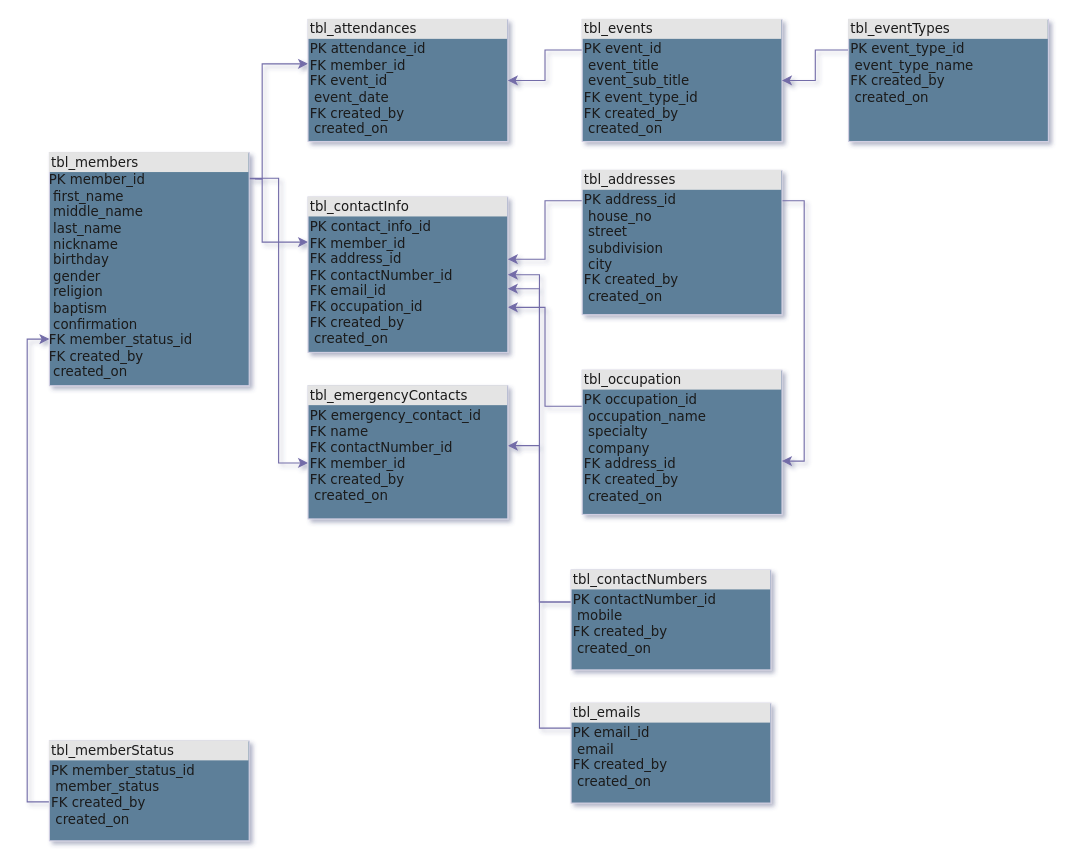
Earlier version of the draw.io diagram BLD-App ERD.drawio (jbas1003/bld-app). Source tidied: cells renumbered, new cells numbered last; positions are measured from the earlier drawing's top-left corner, leaving out a move shared by most shapes. Both pictures are drawn from the tidied source at 111%, with x=0, y=0 at pixel (49, 19).
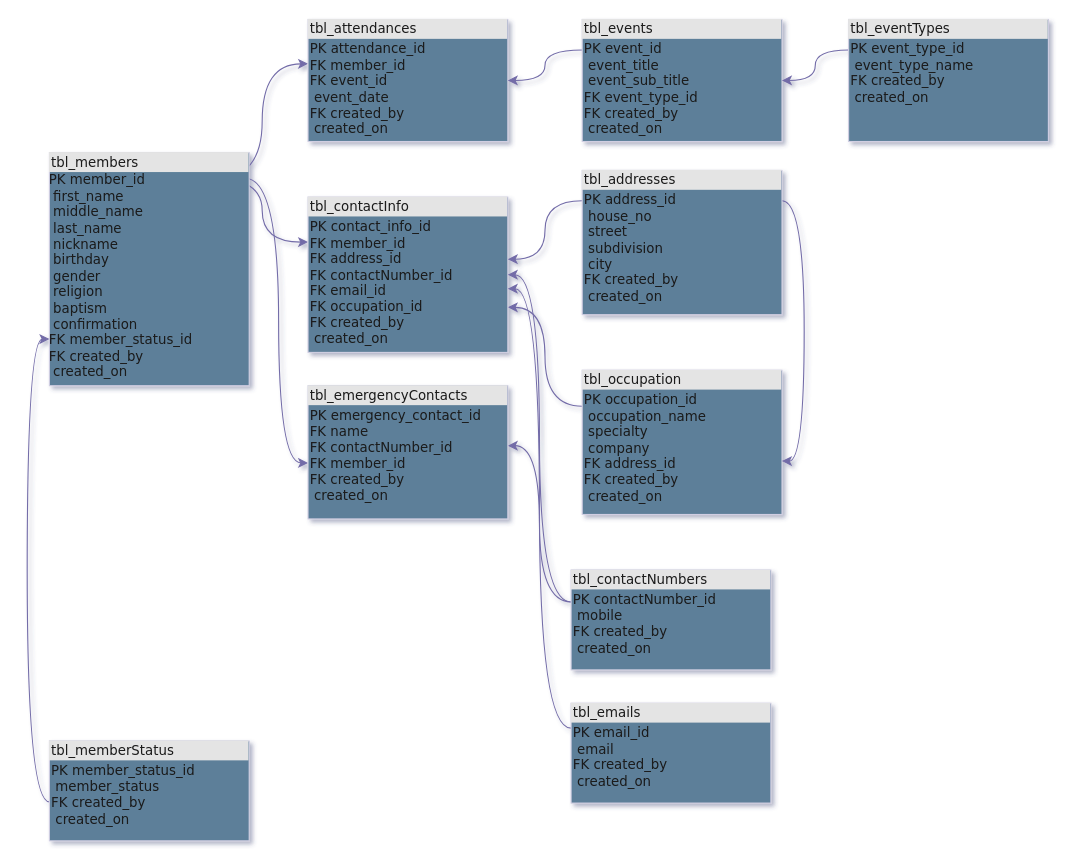
The same diagram, later.

Unchanged cells that the change refers to:
```xml
<mxCell id="5" value="&lt;div style=&quot;box-sizing:border-box;width:100%;background:#e4e4e4;padding:2px;&quot;&gt;tbl_members&lt;/div&gt;PK&lt;span style=&quot;white-space: pre;&quot;&gt; &lt;/span&gt;member_id&lt;br&gt;&lt;span style=&quot;white-space: pre;&quot;&gt; &lt;/span&gt;first_name&lt;br&gt;&lt;span style=&quot;white-space: pre;&quot;&gt; &lt;/span&gt;middle_name&lt;br&gt;&lt;span style=&quot;white-space: pre;&quot;&gt; &lt;/span&gt;last_name&lt;br&gt;&lt;span style=&quot;white-space: pre;&quot;&gt; &lt;/span&gt;nickname&lt;br&gt;&lt;span style=&quot;white-space: pre;&quot;&gt; &lt;/span&gt;birthday&lt;br&gt;&lt;span style=&quot;white-space: pre;&quot;&gt; &lt;/span&gt;gender&lt;br&gt;&lt;span style=&quot;white-space: pre;&quot;&gt; &lt;/span&gt;religion&lt;br&gt;&lt;span style=&quot;white-space: pre;&quot;&gt; &lt;/span&gt;baptism&lt;br&gt;&lt;span style=&quot;white-space: pre;&quot;&gt; &lt;/span&gt;confirmation&lt;br&gt;FK&lt;span style=&quot;white-space: pre;&quot;&gt; &lt;/span&gt;member_status_id&lt;br&gt;&lt;span style=&quot;white-space: pre;&quot;&gt;FK&lt;span style=&quot;white-space: pre;&quot;&gt; &lt;/span&gt;created_by&lt;br&gt;&lt;span style=&quot;white-space: pre;&quot;&gt; &lt;/span&gt;created_on &lt;/span&gt;" style="verticalAlign=top;align=left;overflow=fill;html=1;rounded=0;shadow=0;comic=0;labelBackgroundColor=none;strokeWidth=1;fontFamily=Verdana;fontSize=12;points=[[0,0,0,0,0],[0,0.11,0,0,0],[0,0.8,0,0,0],[0,0.88,0,0,0],[0,1,0,0,0],[0.25,0,0,0,0],[0.25,1,0,0,0],[0.5,0,0,0,0],[0.5,1,0,0,0],[0.75,0,0,0,0],[0.75,1,0,0,0],[0.98,0.11,0,0,0],[1,0,0,0,0],[1,0.8,0,0,0],[1,0.88,0,0,0],[1,1,0,0,0]];fillColor=#5D7F99;strokeColor=#D0CEE2;fontColor=#1A1A1A;" parent="1" vertex="1">
  <mxGeometry y="120" width="180" height="210" as="geometry" />
</mxCell>
<mxCell id="7" value="&lt;div style=&quot;box-sizing: border-box ; width: 100% ; background: #e4e4e4 ; padding: 2px&quot;&gt;tbl_occupation&lt;/div&gt;&lt;table style=&quot;width: 100% ; font-size: 1em&quot; cellpadding=&quot;2&quot; cellspacing=&quot;0&quot;&gt;&lt;tbody&gt;&lt;tr&gt;&lt;td&gt;PK&lt;span style=&quot;white-space: pre;&quot;&gt; &lt;/span&gt;occupation_id&lt;br&gt;&lt;span style=&quot;white-space: pre;&quot;&gt; &lt;/span&gt;occupation_name&lt;br&gt;&lt;span style=&quot;white-space: pre;&quot;&gt; &lt;/span&gt;specialty&lt;br&gt;&lt;span style=&quot;white-space: pre;&quot;&gt; &lt;/span&gt;company&lt;br&gt;FK&lt;span style=&quot;white-space: pre;&quot;&gt; &lt;/span&gt;address_id&lt;br&gt;FK&lt;span style=&quot;white-space: pre;&quot;&gt; &lt;/span&gt;created_by&lt;br&gt;&lt;span style=&quot;white-space: pre;&quot;&gt; &lt;/span&gt;created_on&lt;br&gt;&lt;/td&gt;&lt;td&gt;&lt;/td&gt;&lt;/tr&gt;&lt;/tbody&gt;&lt;/table&gt;" style="verticalAlign=top;align=left;overflow=fill;html=1;rounded=0;shadow=0;comic=0;labelBackgroundColor=none;strokeWidth=1;fontFamily=Verdana;fontSize=12;fillColor=#5D7F99;strokeColor=#D0CEE2;fontColor=#1A1A1A;" parent="1" vertex="1">
  <mxGeometry x="480" y="316" width="180" height="130" as="geometry" />
</mxCell>
<mxCell id="9" value="&lt;div style=&quot;box-sizing:border-box;width:100%;background:#e4e4e4;padding:2px;&quot;&gt;tbl_memberStatus&lt;/div&gt;&lt;table style=&quot;width:100%;font-size:1em;&quot; cellpadding=&quot;2&quot; cellspacing=&quot;0&quot;&gt;&lt;tbody&gt;&lt;tr&gt;&lt;td&gt;PK&lt;span style=&quot;white-space: pre;&quot;&gt; &lt;/span&gt;member_status_id&lt;br&gt;&lt;span style=&quot;white-space: pre;&quot;&gt; &lt;/span&gt;member_status&lt;br&gt;FK&lt;span style=&quot;white-space: pre;&quot;&gt; &lt;/span&gt;created_by&lt;br&gt;&lt;span style=&quot;white-space: pre;&quot;&gt; &lt;/span&gt;created_on&lt;br&gt;&lt;/td&gt;&lt;td&gt;&lt;/td&gt;&lt;/tr&gt;&lt;/tbody&gt;&lt;/table&gt;" style="verticalAlign=top;align=left;overflow=fill;html=1;rounded=0;shadow=0;comic=0;labelBackgroundColor=none;strokeWidth=1;fontFamily=Verdana;fontSize=12;points=[[0,0,0,0,0],[0,0.28,0,0,0],[0,0.61,0,0,0],[0,0.75,0,0,0],[0,1,0,0,0],[0.25,0,0,0,0],[0.25,1,0,0,0],[0.5,0,0,0,0],[0.5,1,0,0,0],[0.75,0,0,0,0],[0.75,1,0,0,0],[1,0,0,0,0],[1,0.25,0,0,0],[1,0.61,0,0,0],[1,0.75,0,0,0],[1,1,0,0,0]];fillColor=#5D7F99;strokeColor=#D0CEE2;fontColor=#1A1A1A;" parent="1" vertex="1">
  <mxGeometry y="650" width="180" height="90" as="geometry" />
</mxCell>
<mxCell id="10" value="&lt;div style=&quot;box-sizing: border-box ; width: 100% ; background: #e4e4e4 ; padding: 2px&quot;&gt;tbl_contactInfo&lt;/div&gt;&lt;table style=&quot;width: 100% ; font-size: 1em&quot; cellpadding=&quot;2&quot; cellspacing=&quot;0&quot;&gt;&lt;tbody&gt;&lt;tr&gt;&lt;td&gt;PK&lt;span style=&quot;white-space: pre;&quot;&gt; &lt;/span&gt;contact_info_id&lt;br&gt;FK&lt;span style=&quot;white-space: pre;&quot;&gt; &lt;/span&gt;member_id&lt;br&gt;FK&lt;span style=&quot;white-space: pre;&quot;&gt; &lt;/span&gt;address_id&lt;br&gt;FK&lt;span style=&quot;white-space: pre;&quot;&gt; &lt;/span&gt;contactNumber_id&lt;br&gt;FK&lt;span style=&quot;white-space: pre;&quot;&gt; &lt;/span&gt;email_id&lt;br&gt;FK&lt;span style=&quot;white-space: pre;&quot;&gt; &lt;/span&gt;occupation_id&lt;br&gt;FK&lt;span style=&quot;white-space: pre;&quot;&gt; &lt;/span&gt;created_by&lt;br&gt;&lt;span style=&quot;white-space: pre;&quot;&gt; &lt;/span&gt;created_on&lt;br&gt;&lt;/td&gt;&lt;td&gt;&lt;/td&gt;&lt;/tr&gt;&lt;/tbody&gt;&lt;/table&gt;" style="verticalAlign=top;align=left;overflow=fill;html=1;rounded=0;shadow=0;comic=0;labelBackgroundColor=none;strokeWidth=1;fontFamily=Verdana;fontSize=12;points=[[0,0,0,0,0],[0,0.2,0,0,0],[0,0.29,0,0,0],[0,0.4,0,0,0],[0,0.5,0,0,0],[0,0.59,0,0,0],[0,0.71,0,0,0],[0,0.82,0,0,0],[0,1,0,0,0],[0.25,0,0,0,0],[0.25,1,0,0,0],[0.5,0,0,0,0],[0.5,1,0,0,0],[0.75,0,0,0,0],[0.75,1,0,0,0],[1,0,0,0,0],[1,0.2,0,0,0],[1,0.29,0,0,0],[1,0.4,0,0,0],[1,0.5,0,0,0],[1,0.59,0,0,0],[1,0.71,0,0,0],[1,0.82,0,0,0],[1,1,0,0,0]];fillColor=#5D7F99;strokeColor=#D0CEE2;fontColor=#1A1A1A;" parent="1" vertex="1">
  <mxGeometry x="233" y="160" width="180" height="140" as="geometry" />
</mxCell>
<mxCell id="11" value="&lt;div style=&quot;box-sizing:border-box;width:100%;background:#e4e4e4;padding:2px;&quot;&gt;tbl_attendances&lt;/div&gt;&lt;table style=&quot;width:100%;font-size:1em;&quot; cellpadding=&quot;2&quot; cellspacing=&quot;0&quot;&gt;&lt;tbody&gt;&lt;tr&gt;&lt;td&gt;PK&lt;span style=&quot;white-space: pre;&quot;&gt; &lt;/span&gt;attendance_id&lt;br&gt;FK&lt;span style=&quot;white-space: pre;&quot;&gt; &lt;/span&gt;member_id&lt;br&gt;FK&lt;span style=&quot;white-space: pre;&quot;&gt; &lt;/span&gt;event_id&lt;br&gt;&lt;span style=&quot;white-space: pre;&quot;&gt; &lt;/span&gt;event_date&lt;br&gt;FK&lt;span style=&quot;white-space: pre;&quot;&gt; &lt;/span&gt;created_by&lt;br&gt;&lt;span style=&quot;white-space: pre;&quot;&gt; &lt;/span&gt;created_on&lt;br&gt;&lt;/td&gt;&lt;td&gt;&lt;/td&gt;&lt;/tr&gt;&lt;/tbody&gt;&lt;/table&gt;" style="verticalAlign=top;align=left;overflow=fill;html=1;rounded=0;shadow=0;comic=0;labelBackgroundColor=none;strokeWidth=1;fontFamily=Verdana;fontSize=12;fillColor=#5D7F99;strokeColor=#D0CEE2;fontColor=#1A1A1A;" parent="1" vertex="1">
  <mxGeometry x="233" width="180" height="110" as="geometry" />
</mxCell>
<mxCell id="13" value="&lt;div style=&quot;box-sizing:border-box;width:100%;background:#e4e4e4;padding:2px;&quot;&gt;tbl_events&lt;/div&gt;&lt;table style=&quot;width:100%;font-size:1em;&quot; cellpadding=&quot;2&quot; cellspacing=&quot;0&quot;&gt;&lt;tbody&gt;&lt;tr&gt;&lt;td&gt;PK&lt;span style=&quot;white-space: pre;&quot;&gt; &lt;/span&gt;event_id&lt;br&gt;&lt;span style=&quot;white-space: pre;&quot;&gt; &lt;/span&gt;event_title&lt;br&gt;&lt;span style=&quot;white-space: pre;&quot;&gt; &lt;/span&gt;event_sub_title&lt;br&gt;FK&lt;span style=&quot;white-space: pre;&quot;&gt; &lt;/span&gt;event_type_id&lt;br&gt;FK&lt;span style=&quot;white-space: pre;&quot;&gt; &lt;/span&gt;created_by&lt;br&gt;&lt;span style=&quot;white-space: pre;&quot;&gt; &lt;/span&gt;created_on&lt;br&gt;&lt;/td&gt;&lt;td&gt;&lt;/td&gt;&lt;/tr&gt;&lt;/tbody&gt;&lt;/table&gt;" style="verticalAlign=top;align=left;overflow=fill;html=1;rounded=0;shadow=0;comic=0;labelBackgroundColor=none;strokeWidth=1;fontFamily=Verdana;fontSize=12;fillColor=#5D7F99;strokeColor=#D0CEE2;fontColor=#1A1A1A;" parent="1" vertex="1">
  <mxGeometry x="480" width="180" height="110" as="geometry" />
</mxCell>
<mxCell id="15" value="&lt;div style=&quot;box-sizing:border-box;width:100%;background:#e4e4e4;padding:2px;&quot;&gt;tbl_eventTypes&lt;/div&gt;&lt;table style=&quot;width:100%;font-size:1em;&quot; cellpadding=&quot;2&quot; cellspacing=&quot;0&quot;&gt;&lt;tbody&gt;&lt;tr&gt;&lt;td&gt;PK&lt;span style=&quot;white-space: pre;&quot;&gt; &lt;/span&gt;event_type_id&lt;br&gt;&lt;span style=&quot;white-space: pre;&quot;&gt; &lt;/span&gt;event_type_name&lt;br&gt;FK&lt;span style=&quot;white-space: pre;&quot;&gt; &lt;/span&gt;created_by&lt;br&gt;&lt;span style=&quot;white-space: pre;&quot;&gt; &lt;/span&gt;created_on&lt;br&gt;&lt;/td&gt;&lt;td&gt;&lt;/td&gt;&lt;/tr&gt;&lt;/tbody&gt;&lt;/table&gt;" style="verticalAlign=top;align=left;overflow=fill;html=1;rounded=0;shadow=0;comic=0;labelBackgroundColor=none;strokeWidth=1;fontFamily=Verdana;fontSize=12;fillColor=#5D7F99;strokeColor=#D0CEE2;fontColor=#1A1A1A;" parent="1" vertex="1">
  <mxGeometry x="720" width="180" height="110" as="geometry" />
</mxCell>
<mxCell id="18" value="&lt;div style=&quot;box-sizing: border-box ; width: 100% ; background: #e4e4e4 ; padding: 2px&quot;&gt;tbl_addresses&lt;/div&gt;&lt;table style=&quot;width: 100% ; font-size: 1em&quot; cellpadding=&quot;2&quot; cellspacing=&quot;0&quot;&gt;&lt;tbody&gt;&lt;tr&gt;&lt;td&gt;PK&lt;span style=&quot;white-space: pre;&quot;&gt; &lt;/span&gt;address_id&lt;br&gt;&lt;span style=&quot;white-space: pre;&quot;&gt; &lt;/span&gt;house_no&lt;br&gt;&lt;span style=&quot;white-space: pre;&quot;&gt; &lt;/span&gt;street&lt;br&gt;&lt;span style=&quot;white-space: pre;&quot;&gt; &lt;/span&gt;subdivision&lt;br&gt;&lt;span style=&quot;white-space: pre;&quot;&gt; &lt;/span&gt;city&lt;br&gt;FK&lt;span style=&quot;white-space: pre;&quot;&gt; &lt;/span&gt;created_by&lt;br&gt;&lt;span style=&quot;white-space: pre;&quot;&gt; &lt;/span&gt;created_on&lt;br&gt;&lt;/td&gt;&lt;td&gt;&lt;/td&gt;&lt;/tr&gt;&lt;/tbody&gt;&lt;/table&gt;" style="verticalAlign=top;align=left;overflow=fill;html=1;rounded=0;shadow=0;comic=0;labelBackgroundColor=none;strokeWidth=1;fontFamily=Verdana;fontSize=12;points=[[0,0,0,0,0],[0,0.21,0,0,0],[0,0.5,0,0,0],[0,0.75,0,0,0],[0,1,0,0,0],[0.25,0,0,0,0],[0.25,1,0,0,0],[0.5,0,0,0,0],[0.5,1,0,0,0],[0.75,0,0,0,0],[0.75,1,0,0,0],[1,0,0,0,0],[1,0.21,0,0,0],[1,0.5,0,0,0],[1,0.75,0,0,0],[1,1,0,0,0]];fillColor=#5D7F99;strokeColor=#D0CEE2;fontColor=#1A1A1A;" parent="1" vertex="1">
  <mxGeometry x="480" y="136" width="180" height="130" as="geometry" />
</mxCell>
<mxCell id="20" value="&lt;div style=&quot;box-sizing: border-box ; width: 100% ; background: #e4e4e4 ; padding: 2px&quot;&gt;tbl_emails&lt;/div&gt;&lt;table style=&quot;width: 100% ; font-size: 1em&quot; cellpadding=&quot;2&quot; cellspacing=&quot;0&quot;&gt;&lt;tbody&gt;&lt;tr&gt;&lt;td&gt;PK&lt;span style=&quot;white-space: pre;&quot;&gt; &lt;/span&gt;email_id&lt;br&gt;&lt;span style=&quot;white-space: pre;&quot;&gt; &lt;/span&gt;email&lt;br&gt;FK&lt;span style=&quot;white-space: pre;&quot;&gt; &lt;/span&gt;created_by&lt;br&gt;&lt;span style=&quot;white-space: pre;&quot;&gt; &lt;/span&gt;created_on&lt;br&gt;&lt;/td&gt;&lt;td&gt;&lt;/td&gt;&lt;/tr&gt;&lt;/tbody&gt;&lt;/table&gt;" style="verticalAlign=top;align=left;overflow=fill;html=1;rounded=0;shadow=0;comic=0;labelBackgroundColor=none;strokeWidth=1;fontFamily=Verdana;fontSize=12;fillColor=#5D7F99;strokeColor=#D0CEE2;fontColor=#1A1A1A;" parent="1" vertex="1">
  <mxGeometry x="470" y="616" width="180" height="90" as="geometry" />
</mxCell>
<mxCell id="23" value="&lt;div style=&quot;box-sizing: border-box ; width: 100% ; background: #e4e4e4 ; padding: 2px&quot;&gt;tbl_contactNumbers&lt;/div&gt;&lt;table style=&quot;width: 100% ; font-size: 1em&quot; cellpadding=&quot;2&quot; cellspacing=&quot;0&quot;&gt;&lt;tbody&gt;&lt;tr&gt;&lt;td&gt;PK&lt;span style=&quot;white-space: pre;&quot;&gt; &lt;/span&gt;contactNumber_id&lt;br&gt;&lt;span style=&quot;white-space: pre;&quot;&gt; &lt;/span&gt;mobile&lt;br&gt;FK&lt;span style=&quot;white-space: pre;&quot;&gt; &lt;/span&gt;created_by&lt;br&gt;&lt;span style=&quot;white-space: pre;&quot;&gt; &lt;/span&gt;created_on&lt;br&gt;&lt;/td&gt;&lt;td&gt;&lt;/td&gt;&lt;/tr&gt;&lt;/tbody&gt;&lt;/table&gt;" style="verticalAlign=top;align=left;overflow=fill;html=1;rounded=0;shadow=0;comic=0;labelBackgroundColor=none;strokeWidth=1;fontFamily=Verdana;fontSize=12;points=[[0,0,0,0,0],[0,0.32,0,0,0],[0,0.6,0,0,0],[0,0.75,0,0,0],[0,1,0,0,0],[0.25,0,0,0,0],[0.25,1,0,0,0],[0.5,0,0,0,0],[0.5,1,0,0,0],[0.75,0,0,0,0],[0.75,1,0,0,0],[1,0,0,0,0],[1,0.29,0,0,0],[1,0.6,0,0,0],[1,0.75,0,0,0],[1,1,0,0,0]];fillColor=#5D7F99;strokeColor=#D0CEE2;fontColor=#1A1A1A;" parent="1" vertex="1">
  <mxGeometry x="470" y="496" width="180" height="90" as="geometry" />
</mxCell>
<mxCell id="24" value="&lt;div style=&quot;box-sizing: border-box ; width: 100% ; background: #e4e4e4 ; padding: 2px&quot;&gt;tbl_emergencyContacts&lt;/div&gt;&lt;table style=&quot;width: 100% ; font-size: 1em&quot; cellpadding=&quot;2&quot; cellspacing=&quot;0&quot;&gt;&lt;tbody&gt;&lt;tr&gt;&lt;td&gt;PK&lt;span style=&quot;white-space: pre;&quot;&gt; &lt;/span&gt;emergency_contact_id&lt;br&gt;FK&lt;span style=&quot;white-space: pre;&quot;&gt; &lt;/span&gt;name&lt;br&gt;FK&lt;span style=&quot;white-space: pre;&quot;&gt; &lt;/span&gt;contactNumber_id&lt;br&gt;FK&lt;span style=&quot;white-space: pre;&quot;&gt; &lt;/span&gt;member_id&lt;br&gt;FK&lt;span style=&quot;white-space: pre;&quot;&gt; &lt;/span&gt;created_by&lt;br&gt;&lt;span style=&quot;white-space: pre;&quot;&gt; &lt;/span&gt;created_on&lt;br&gt;&lt;/td&gt;&lt;td&gt;&lt;/td&gt;&lt;/tr&gt;&lt;/tbody&gt;&lt;/table&gt;" style="verticalAlign=top;align=left;overflow=fill;html=1;rounded=0;shadow=0;comic=0;labelBackgroundColor=none;strokeWidth=1;fontFamily=Verdana;fontSize=12;points=[[0,0,0,0,0],[0,0.2,0,0,0],[0,0.34,0,0,0],[0,0.45,0,0,0],[0,0.58,0,0,0],[0,0.7,0,0,0],[0,1,0,0,0],[0.25,0,0,0,0],[0.25,1,0,0,0],[0.5,0,0,0,0],[0.5,1,0,0,0],[0.75,0,0,0,0],[0.75,1,0,0,0],[1,0,0,0,0],[1,0.2,0,0,0],[1,0.34,0,0,0],[1,0.45,0,0,0],[1,0.58,0,0,0],[1,0.7,0,0,0],[1,1,0,0,0]];fillColor=#5D7F99;strokeColor=#D0CEE2;fontColor=#1A1A1A;" parent="1" vertex="1">
  <mxGeometry x="233" y="330" width="180" height="120" as="geometry" />
</mxCell>
```

The edit, as a diff of the source:
```diff
@@
-    <mxCell id="2" style="edgeStyle=orthogonalEdgeStyle;rounded=0;jettySize=auto;html=1;exitX=0.98;exitY=0.11;exitDx=0;exitDy=0;exitPerimeter=0;entryX=0;entryY=0.364;entryDx=0;entryDy=0;entryPerimeter=0;labelBackgroundColor=none;strokeColor=#736CA8;fontColor=default;" parent="1" edge="1" target="11">
+    <mxCell id="2" style="edgeStyle=orthogonalEdgeStyle;rounded=0;jettySize=auto;html=1;exitX=0.98;exitY=0.11;exitDx=0;exitDy=0;exitPerimeter=0;entryX=0;entryY=0.364;entryDx=0;entryDy=0;entryPerimeter=0;labelBackgroundColor=none;strokeColor=#736CA8;fontColor=default;curved=1;" parent="1" edge="1" target="11">
       <mxGeometry relative="1" as="geometry">
         <mxPoint x="149.4" y="143.1" as="sourcePoint" />
       </mxGeometry>
     </mxCell>
-    <mxCell id="3" style="edgeStyle=orthogonalEdgeStyle;rounded=0;jettySize=auto;html=1;exitX=0.98;exitY=0.11;exitDx=0;exitDy=0;exitPerimeter=0;entryX=0;entryY=0.29;entryDx=0;entryDy=0;entryPerimeter=0;labelBackgroundColor=none;strokeColor=#736CA8;fontColor=default;" parent="1" edge="1" target="10">
+    <mxCell id="3" style="edgeStyle=orthogonalEdgeStyle;rounded=0;jettySize=auto;html=1;exitX=0.98;exitY=0.11;exitDx=0;exitDy=0;exitPerimeter=0;entryX=0;entryY=0.29;entryDx=0;entryDy=0;entryPerimeter=0;labelBackgroundColor=none;strokeColor=#736CA8;fontColor=default;curved=1;" parent="1" edge="1" target="10">
       <mxGeometry relative="1" as="geometry">
         <mxPoint x="149.4" y="143.1" as="sourcePoint" />
       </mxGeometry>
     </mxCell>
-    <mxCell id="4" style="edgeStyle=orthogonalEdgeStyle;rounded=0;jettySize=auto;html=1;exitX=0.98;exitY=0.11;exitDx=0;exitDy=0;exitPerimeter=0;entryX=0;entryY=0.58;entryDx=0;entryDy=0;entryPerimeter=0;labelBackgroundColor=none;strokeColor=#736CA8;fontColor=default;" parent="1" edge="1" source="5" target="24">
+    <mxCell id="4" style="edgeStyle=orthogonalEdgeStyle;rounded=0;jettySize=auto;html=1;exitX=0.98;exitY=0.11;exitDx=0;exitDy=0;exitPerimeter=0;entryX=0;entryY=0.58;entryDx=0;entryDy=0;entryPerimeter=0;labelBackgroundColor=none;strokeColor=#736CA8;fontColor=default;curved=1;" parent="1" edge="1" source="5" target="24">
       <mxGeometry relative="1" as="geometry" />
     </mxCell>
@@
-    <mxCell id="6" style="edgeStyle=orthogonalEdgeStyle;rounded=0;jettySize=auto;html=1;exitX=0;exitY=0.25;exitDx=0;exitDy=0;entryX=1;entryY=0.71;entryDx=0;entryDy=0;entryPerimeter=0;labelBackgroundColor=none;strokeColor=#736CA8;fontColor=default;" parent="1" edge="1" source="7" target="10">
+    <mxCell id="6" style="edgeStyle=orthogonalEdgeStyle;rounded=0;jettySize=auto;html=1;exitX=0;exitY=0.25;exitDx=0;exitDy=0;entryX=1;entryY=0.71;entryDx=0;entryDy=0;entryPerimeter=0;labelBackgroundColor=none;strokeColor=#736CA8;fontColor=default;curved=1;" parent="1" edge="1" source="7" target="10">
       <mxGeometry relative="1" as="geometry" />
     </mxCell>
@@
-    <mxCell id="8" style="edgeStyle=orthogonalEdgeStyle;rounded=0;jettySize=auto;html=1;exitX=0;exitY=0.61;exitDx=0;exitDy=0;exitPerimeter=0;entryX=0;entryY=0.8;entryDx=0;entryDy=0;entryPerimeter=0;labelBackgroundColor=none;strokeColor=#736CA8;fontColor=default;" parent="1" edge="1" source="9" target="5">
+    <mxCell id="8" style="edgeStyle=orthogonalEdgeStyle;rounded=0;jettySize=auto;html=1;exitX=0;exitY=0.61;exitDx=0;exitDy=0;exitPerimeter=0;entryX=0;entryY=0.8;entryDx=0;entryDy=0;entryPerimeter=0;labelBackgroundColor=none;strokeColor=#736CA8;fontColor=default;curved=1;" parent="1" edge="1" source="9" target="5">
       <mxGeometry relative="1" as="geometry" />
     </mxCell>
@@
-    <mxCell id="12" style="edgeStyle=orthogonalEdgeStyle;rounded=0;jettySize=auto;html=1;exitX=0;exitY=0.25;exitDx=0;exitDy=0;labelBackgroundColor=none;strokeColor=#736CA8;fontColor=default;" parent="1" edge="1" source="13" target="11">
+    <mxCell id="12" style="edgeStyle=orthogonalEdgeStyle;rounded=0;jettySize=auto;html=1;exitX=0;exitY=0.25;exitDx=0;exitDy=0;labelBackgroundColor=none;strokeColor=#736CA8;fontColor=default;curved=1;" parent="1" edge="1" source="13" target="11">
       <mxGeometry relative="1" as="geometry" />
     </mxCell>
@@
-    <mxCell id="14" style="edgeStyle=orthogonalEdgeStyle;rounded=0;jettySize=auto;html=1;exitX=0;exitY=0.25;exitDx=0;exitDy=0;labelBackgroundColor=none;strokeColor=#736CA8;fontColor=default;" parent="1" edge="1" source="15" target="13">
+    <mxCell id="14" style="edgeStyle=orthogonalEdgeStyle;rounded=0;jettySize=auto;html=1;exitX=0;exitY=0.25;exitDx=0;exitDy=0;labelBackgroundColor=none;strokeColor=#736CA8;fontColor=default;curved=1;" parent="1" edge="1" source="15" target="13">
       <mxGeometry relative="1" as="geometry" />
     </mxCell>
@@
-    <mxCell id="16" style="edgeStyle=orthogonalEdgeStyle;rounded=0;jettySize=auto;html=1;exitX=0;exitY=0.21;exitDx=0;exitDy=0;exitPerimeter=0;entryX=1;entryY=0.4;entryDx=0;entryDy=0;entryPerimeter=0;labelBackgroundColor=none;strokeColor=#736CA8;fontColor=default;" parent="1" edge="1" source="18" target="10">
+    <mxCell id="16" style="edgeStyle=orthogonalEdgeStyle;rounded=0;jettySize=auto;html=1;exitX=0;exitY=0.21;exitDx=0;exitDy=0;exitPerimeter=0;entryX=1;entryY=0.4;entryDx=0;entryDy=0;entryPerimeter=0;labelBackgroundColor=none;strokeColor=#736CA8;fontColor=default;curved=1;" parent="1" edge="1" source="18" target="10">
       <mxGeometry relative="1" as="geometry" />
     </mxCell>
-    <mxCell id="17" style="edgeStyle=orthogonalEdgeStyle;rounded=0;jettySize=auto;html=1;exitX=1;exitY=0.21;exitDx=0;exitDy=0;exitPerimeter=0;entryX=1;entryY=0.63;entryDx=0;entryDy=0;entryPerimeter=0;labelBackgroundColor=none;strokeColor=#736CA8;fontColor=default;" parent="1" edge="1" source="18" target="7">
+    <mxCell id="17" style="edgeStyle=orthogonalEdgeStyle;rounded=0;jettySize=auto;html=1;exitX=1;exitY=0.21;exitDx=0;exitDy=0;exitPerimeter=0;entryX=1;entryY=0.63;entryDx=0;entryDy=0;entryPerimeter=0;labelBackgroundColor=none;strokeColor=#736CA8;fontColor=default;curved=1;" parent="1" edge="1" source="18" target="7">
       <mxGeometry relative="1" as="geometry" />
     </mxCell>
@@
-    <mxCell id="19" style="edgeStyle=orthogonalEdgeStyle;rounded=0;jettySize=auto;html=1;exitX=0;exitY=0.25;exitDx=0;exitDy=0;entryX=1;entryY=0.59;entryDx=0;entryDy=0;entryPerimeter=0;labelBackgroundColor=none;strokeColor=#736CA8;fontColor=default;" parent="1" edge="1" source="20" target="10">
+    <mxCell id="19" style="edgeStyle=orthogonalEdgeStyle;rounded=0;jettySize=auto;html=1;exitX=0;exitY=0.25;exitDx=0;exitDy=0;entryX=1;entryY=0.59;entryDx=0;entryDy=0;entryPerimeter=0;labelBackgroundColor=none;strokeColor=#736CA8;fontColor=default;curved=1;" parent="1" edge="1" source="20" target="10">
       <mxGeometry relative="1" as="geometry" />
     </mxCell>
@@
-    <mxCell id="21" style="edgeStyle=orthogonalEdgeStyle;rounded=0;jettySize=auto;html=1;exitX=0;exitY=0.32;exitDx=0;exitDy=0;exitPerimeter=0;entryX=1;entryY=0.5;entryDx=0;entryDy=0;entryPerimeter=0;labelBackgroundColor=none;strokeColor=#736CA8;fontColor=default;" parent="1" edge="1" source="23" target="10">
+    <mxCell id="21" style="edgeStyle=orthogonalEdgeStyle;rounded=0;jettySize=auto;html=1;exitX=0;exitY=0.32;exitDx=0;exitDy=0;exitPerimeter=0;entryX=1;entryY=0.5;entryDx=0;entryDy=0;entryPerimeter=0;labelBackgroundColor=none;strokeColor=#736CA8;fontColor=default;curved=1;" parent="1" edge="1" source="23" target="10">
       <mxGeometry relative="1" as="geometry" />
     </mxCell>
-    <mxCell id="22" style="edgeStyle=orthogonalEdgeStyle;rounded=0;jettySize=auto;html=1;exitX=0;exitY=0.32;exitDx=0;exitDy=0;exitPerimeter=0;entryX=1;entryY=0.45;entryDx=0;entryDy=0;entryPerimeter=0;labelBackgroundColor=none;strokeColor=#736CA8;fontColor=default;" parent="1" edge="1" source="23" target="24">
+    <mxCell id="22" style="edgeStyle=orthogonalEdgeStyle;rounded=0;jettySize=auto;html=1;exitX=0;exitY=0.32;exitDx=0;exitDy=0;exitPerimeter=0;entryX=1;entryY=0.45;entryDx=0;entryDy=0;entryPerimeter=0;labelBackgroundColor=none;strokeColor=#736CA8;fontColor=default;curved=1;" parent="1" edge="1" source="23" target="24">
       <mxGeometry relative="1" as="geometry" />
     </mxCell>
```
